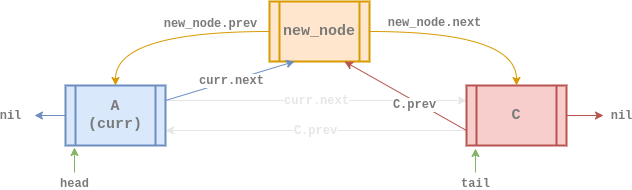
Before: assets/data-structure/linked-list/dll-insert_at3.png, a diagram exported from draw.io (euisblue/vue-blog). Source tidied: cells renumbered, new cells last; positions are measured from the earlier drawing's top-left corner, leaving out a move shared by most shapes.
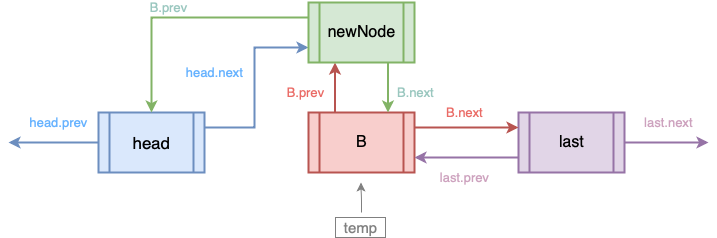
Later version of the same file.

Diff of the diagram source:
```diff
@@ -2,60 +2,66 @@
   <root>
     <mxCell id="0" />
     <mxCell id="1" parent="0" />
-    <mxCell id="2" value="&lt;font face=&quot;courier new&quot; color=&quot;#e6e6e6&quot;&gt;&lt;span style=&quot;font-size: 12px&quot;&gt;&lt;b&gt;curr.next&lt;/b&gt;&lt;/span&gt;&lt;/font&gt;" style="edgeStyle=orthogonalEdgeStyle;curved=1;rounded=0;jettySize=auto;html=1;exitX=1;exitY=0.25;exitDx=0;exitDy=0;entryX=0;entryY=0.25;entryDx=0;entryDy=0;fillColor=#dae8fc;strokeColor=#E6E6E6;" parent="1" edge="1" source="6" target="4">
-      <mxGeometry relative="1" as="geometry" />
+    <mxCell id="2" value="&lt;span style=&quot;font-size: 13px&quot;&gt;&lt;font color=&quot;#cda2be&quot;&gt;last.next&lt;/font&gt;&lt;/span&gt;" style="edgeStyle=orthogonalEdgeStyle;rounded=0;jettySize=auto;html=1;exitX=1;exitY=0.5;exitDx=0;exitDy=0;fillColor=#e1d5e7;strokeColor=#9673a6;labelBackgroundColor=none;strokeWidth=2;" parent="1" edge="1" source="3">
+      <mxGeometry x="0.05" y="20" relative="1" as="geometry">
+        <mxPoint x="1042" y="114" as="targetPoint" />
+      </mxGeometry>
     </mxCell>
-    <mxCell id="3" value="&lt;b style=&quot;font-size: 11px ; font-style: normal ; letter-spacing: normal ; text-align: center ; text-indent: 0px ; text-transform: none ; word-spacing: 0px ; font-family: &amp;#34;courier new&amp;#34;&quot;&gt;&lt;font style=&quot;font-size: 12px&quot; color=&quot;#e6e6e6&quot;&gt;C.prev&lt;/font&gt;&lt;/b&gt;" style="edgeStyle=orthogonalEdgeStyle;rounded=0;jettySize=auto;html=1;exitX=0;exitY=0.75;exitDx=0;exitDy=0;entryX=1;entryY=0.75;entryDx=0;entryDy=0;fillColor=#f8cecc;strokeColor=#E6E6E6;" parent="1" edge="1" source="4" target="6">
-      <mxGeometry relative="1" as="geometry" />
+    <mxCell id="3" value="&lt;font&gt;&lt;font size=&quot;3&quot;&gt;last&lt;/font&gt;&lt;br&gt;&lt;/font&gt;" style="shape=process;whiteSpace=wrap;html=1;backgroundOutline=1;strokeWidth=2;fillColor=#e1d5e7;strokeColor=#9673a6;fontStyle=0;fontFamily=Helvetica;fontSize=14;labelBackgroundColor=none;labelBorderColor=none;" parent="1" vertex="1">
+      <mxGeometry x="852" y="84" width="106" height="60" as="geometry" />
     </mxCell>
-    <mxCell id="4" value="&lt;div&gt;&lt;font color=&quot;#7a7a7a&quot; face=&quot;courier new&quot; style=&quot;font-size: 15px&quot;&gt;C&lt;/font&gt;&lt;/div&gt;" style="shape=process;whiteSpace=wrap;html=1;backgroundOutline=1;fillColor=#f8cecc;strokeColor=#b85450;gradientDirection=east;strokeWidth=2;shadow=0;glass=0;align=center;sketch=0;fontStyle=1;" parent="1" vertex="1">
-      <mxGeometry x="432" y="84" width="100" height="60" as="geometry" />
+    <mxCell id="4" value="&lt;font&gt;&lt;span style=&quot;font-size: 17px&quot;&gt;head&lt;/span&gt;&lt;br&gt;&lt;/font&gt;" style="shape=process;whiteSpace=wrap;html=1;backgroundOutline=1;strokeWidth=2;fillColor=#dae8fc;strokeColor=#6c8ebf;fontStyle=0;fontFamily=Helvetica;fontSize=14;labelBackgroundColor=none;labelBorderColor=none;" parent="1" vertex="1">
+      <mxGeometry x="432" y="84" width="106" height="60" as="geometry" />
     </mxCell>
-    <mxCell id="5" value="&lt;font color=&quot;#7a7a7a&quot; face=&quot;courier new&quot;&gt;&lt;span style=&quot;font-size: 12px&quot;&gt;&lt;b&gt;nil&lt;/b&gt;&lt;/span&gt;&lt;/font&gt;" style="rounded=0;jettySize=auto;html=1;exitX=0;exitY=0.5;exitDx=0;exitDy=0;fillColor=#dae8fc;strokeColor=#6c8ebf;" parent="1" edge="1" source="6">
-      <mxGeometry x="1" y="24" relative="1" as="geometry">
-        <mxPoint y="114" as="targetPoint" />
-        <mxPoint x="-24" y="-24" as="offset" />
-      </mxGeometry>
+    <mxCell id="5" value="&lt;font&gt;&lt;font size=&quot;3&quot;&gt;B&lt;/font&gt;&lt;br&gt;&lt;/font&gt;" style="shape=process;whiteSpace=wrap;html=1;backgroundOutline=1;strokeWidth=2;fillColor=#f8cecc;strokeColor=#b85450;fontStyle=0;fontFamily=Helvetica;fontSize=14;labelBackgroundColor=none;labelBorderColor=none;" parent="1" vertex="1">
+      <mxGeometry x="642" y="84" width="106" height="60" as="geometry" />
     </mxCell>
-    <mxCell id="6" value="&lt;div&gt;&lt;font color=&quot;#7a7a7a&quot; face=&quot;courier new&quot;&gt;&lt;span style=&quot;font-size: 15px&quot;&gt;A&lt;/span&gt;&lt;/font&gt;&lt;/div&gt;&lt;div&gt;&lt;font color=&quot;#7a7a7a&quot; face=&quot;courier new&quot;&gt;&lt;span style=&quot;font-size: 15px&quot;&gt;(curr)&lt;/span&gt;&lt;/font&gt;&lt;/div&gt;" style="shape=process;whiteSpace=wrap;html=1;backgroundOutline=1;fillColor=#dae8fc;strokeColor=#6c8ebf;gradientDirection=east;strokeWidth=2;shadow=0;glass=0;align=center;sketch=0;fontStyle=1;" parent="1" vertex="1">
-      <mxGeometry x="31" y="84" width="100" height="60" as="geometry" />
+    <mxCell id="6" value="&lt;span style=&quot;color: rgb(102 , 178 , 255) ; font-size: 13px&quot;&gt;head.next&lt;/span&gt;" style="edgeStyle=orthogonalEdgeStyle;rounded=0;jettySize=auto;html=1;entryX=0;entryY=0.75;entryDx=0;entryDy=0;labelBackgroundColor=none;strokeWidth=2;fontFamily=Helvetica;fontColor=#666666;align=center;fillColor=#dae8fc;strokeColor=#6c8ebf;" parent="1" edge="1" target="13">
+      <mxGeometry x="0.14" y="40" relative="1" as="geometry">
+        <mxPoint x="538" y="99" as="sourcePoint" />
+        <Array as="points">
+          <mxPoint x="588" y="99" />
+          <mxPoint x="588" y="19" />
+        </Array>
+      </mxGeometry>
     </mxCell>
-    <mxCell id="7" value="&lt;font color=&quot;#7a7a7a&quot; face=&quot;courier new&quot;&gt;&lt;span style=&quot;font-size: 12px&quot;&gt;&lt;b&gt;nil&lt;/b&gt;&lt;/span&gt;&lt;/font&gt;" style="rounded=0;jettySize=auto;html=1;exitX=1;exitY=0.5;exitDx=0;exitDy=0;fillColor=#f8cecc;strokeColor=#b85450;" parent="1" edge="1" source="4">
-      <mxGeometry x="1" y="18" relative="1" as="geometry">
-        <mxPoint x="569" y="114" as="targetPoint" />
-        <mxPoint x="18" y="18" as="offset" />
-      </mxGeometry>
+    <mxCell id="7" value="&lt;span style=&quot;color: rgb(234 , 107 , 102) ; font-size: 13px&quot;&gt;B.next&lt;/span&gt;" style="edgeStyle=orthogonalEdgeStyle;rounded=0;jettySize=auto;html=1;labelBackgroundColor=none;strokeWidth=2;fontFamily=Helvetica;fontColor=#666666;align=center;fillColor=#f8cecc;strokeColor=#b85450;exitX=1;exitY=0.25;exitDx=0;exitDy=0;entryX=0;entryY=0.25;entryDx=0;entryDy=0;" parent="1" edge="1" source="5" target="3">
+      <mxGeometry x="-0.04" y="15" relative="1" as="geometry" />
     </mxCell>
-    <mxCell id="8" value="&lt;font color=&quot;#7a7a7a&quot; face=&quot;courier new&quot;&gt;&lt;span style=&quot;font-size: 12px&quot;&gt;&lt;b&gt;head&lt;/b&gt;&lt;/span&gt;&lt;/font&gt;" style="rounded=0;jettySize=auto;html=1;fillColor=#d5e8d4;strokeColor=#82b366;entryX=0.09;entryY=1.033;entryDx=0;entryDy=0;entryPerimeter=0;" parent="1" edge="1" target="6">
-      <mxGeometry x="-1" y="-11" relative="1" as="geometry">
-        <mxPoint x="40" y="171" as="sourcePoint" />
-        <mxPoint x="-11" y="11" as="offset" />
+    <mxCell id="8" value="&lt;span style=&quot;color: rgb(234 , 107 , 102) ; font-size: 13px&quot;&gt;B.prev&lt;/span&gt;" style="edgeStyle=orthogonalEdgeStyle;rounded=0;jettySize=auto;html=1;labelBackgroundColor=none;strokeWidth=2;fontFamily=Helvetica;fontColor=#666666;align=center;fillColor=#f8cecc;strokeColor=#b85450;entryX=0.25;entryY=1;entryDx=0;entryDy=0;exitX=0.25;exitY=0;exitDx=0;exitDy=0;" parent="1" edge="1" source="5" target="13">
+      <mxGeometry x="-0.2" y="31" relative="1" as="geometry">
+        <mxPoint x="1" as="offset" />
       </mxGeometry>
     </mxCell>
-    <mxCell id="9" value="&lt;font color=&quot;#7a7a7a&quot; face=&quot;courier new&quot;&gt;&lt;span style=&quot;font-size: 12px&quot;&gt;&lt;b&gt;tail&lt;/b&gt;&lt;/span&gt;&lt;/font&gt;" style="rounded=0;jettySize=auto;html=1;fillColor=#d5e8d4;strokeColor=#82b366;entryX=0.09;entryY=1.05;entryDx=0;entryDy=0;entryPerimeter=0;" parent="1" edge="1" target="4">
-      <mxGeometry x="-1" y="-11" relative="1" as="geometry">
-        <mxPoint x="441" y="171" as="sourcePoint" />
-        <mxPoint x="-11" y="11" as="offset" />
-      </mxGeometry>
+    <mxCell id="9" value="&lt;span style=&quot;font-size: 13px&quot;&gt;&lt;font color=&quot;#cda2be&quot;&gt;last.prev&lt;/font&gt;&lt;/span&gt;" style="edgeStyle=orthogonalEdgeStyle;rounded=0;jettySize=auto;html=1;fillColor=#e1d5e7;strokeColor=#9673a6;labelBackgroundColor=none;strokeWidth=2;entryX=1;entryY=0.75;entryDx=0;entryDy=0;exitX=0;exitY=0.75;exitDx=0;exitDy=0;" parent="1" edge="1" source="3" target="5">
+      <mxGeometry x="0.05" y="20" relative="1" as="geometry" />
     </mxCell>
-    <mxCell id="10" value="&lt;b style=&quot;color: rgb(122 , 122 , 122) ; font-family: &amp;#34;courier new&amp;#34; ; font-size: 12px ; font-style: normal ; letter-spacing: normal ; text-align: center ; text-indent: 0px ; text-transform: none ; word-spacing: 0px ; background-color: rgb(255 , 255 , 255)&quot;&gt;new_node.next&lt;/b&gt;" style="edgeStyle=orthogonalEdgeStyle;rounded=0;jettySize=auto;html=1;exitX=1;exitY=0.5;exitDx=0;exitDy=0;entryX=0.5;entryY=0;entryDx=0;entryDy=0;strokeColor=#d79b00;curved=1;fillColor=#ffe6cc;" parent="1" edge="1" source="12" target="4">
-      <mxGeometry x="-0.35" y="9" relative="1" as="geometry">
+    <mxCell id="10" value="&lt;span style=&quot;color: rgb(102 , 178 , 255) ; font-size: 13px&quot;&gt;head.prev&lt;/span&gt;" style="edgeStyle=orthogonalEdgeStyle;rounded=0;jettySize=auto;html=1;exitX=0;exitY=0.5;exitDx=0;exitDy=0;labelBackgroundColor=none;strokeWidth=2;fontFamily=Helvetica;fontColor=#666666;align=center;fillColor=#dae8fc;strokeColor=#6c8ebf;" parent="1" edge="1" source="4">
+      <mxGeometry x="-0.11" y="-20" relative="1" as="geometry">
+        <mxPoint x="342" y="114" as="targetPoint" />
         <Array as="points">
-          <mxPoint x="482" y="30" />
+          <mxPoint x="382" y="114" />
+          <mxPoint x="382" y="114" />
         </Array>
       </mxGeometry>
     </mxCell>
-    <mxCell id="11" value="&lt;b style=&quot;color: rgb(122 , 122 , 122) ; font-family: &amp;#34;courier new&amp;#34; ; font-size: 12px ; font-style: normal ; letter-spacing: normal ; text-align: center ; text-indent: 0px ; text-transform: none ; word-spacing: 0px ; background-color: rgb(255 , 255 , 255)&quot;&gt;new_node.prev&lt;/b&gt;" style="edgeStyle=orthogonalEdgeStyle;curved=1;rounded=0;jettySize=auto;html=1;exitX=0;exitY=0.5;exitDx=0;exitDy=0;entryX=0.5;entryY=0;entryDx=0;entryDy=0;strokeColor=#d79b00;fillColor=#ffe6cc;" parent="1" edge="1" source="12" target="6">
-      <mxGeometry x="-0.43" y="-8" relative="1" as="geometry" />
+    <mxCell id="11" value="&lt;span style=&quot;font-size: 13px&quot;&gt;&lt;font color=&quot;#9ac7bf&quot;&gt;B.next&lt;/font&gt;&lt;/span&gt;" style="edgeStyle=orthogonalEdgeStyle;rounded=0;jettySize=auto;html=1;exitX=0.75;exitY=1;exitDx=0;exitDy=0;labelBackgroundColor=none;strokeWidth=2;fillColor=#d5e8d4;strokeColor=#82b366;entryX=0.75;entryY=0;entryDx=0;entryDy=0;" parent="1" edge="1" source="13" target="5">
+      <mxGeometry x="0.2" y="27" relative="1" as="geometry" />
     </mxCell>
-    <mxCell id="12" value="&lt;font color=&quot;#7a7a7a&quot; face=&quot;Courier New&quot;&gt;&lt;span style=&quot;font-size: 15px ; font-style: normal&quot;&gt;&lt;b&gt;new_node&lt;br&gt;&lt;/b&gt;&lt;/span&gt;&lt;/font&gt;" style="shape=process;whiteSpace=wrap;html=1;backgroundOutline=1;fillColor=#ffe6cc;strokeColor=#d79b00;gradientDirection=east;strokeWidth=2;shadow=0;glass=0;sketch=0;fontStyle=2;" parent="1" vertex="1">
-      <mxGeometry x="235" width="100" height="60" as="geometry" />
+    <mxCell id="12" value="&lt;span style=&quot;color: rgb(154 , 199 , 191) ; font-size: 13px&quot;&gt;B.prev&lt;/span&gt;" style="edgeStyle=orthogonalEdgeStyle;rounded=0;jettySize=auto;html=1;exitX=0;exitY=0.25;exitDx=0;exitDy=0;labelBackgroundColor=none;strokeWidth=2;fillColor=#d5e8d4;strokeColor=#82b366;entryX=0.5;entryY=0;entryDx=0;entryDy=0;" parent="1" edge="1" source="13" target="4">
+      <mxGeometry x="0.11" y="-10" relative="1" as="geometry" />
     </mxCell>
-    <mxCell id="13" value="&lt;font color=&quot;#7a7a7a&quot; face=&quot;courier new&quot;&gt;&lt;span style=&quot;font-size: 12px&quot;&gt;&lt;b&gt;curr.next&lt;/b&gt;&lt;/span&gt;&lt;/font&gt;" style="rounded=0;jettySize=auto;html=1;exitX=1;exitY=0.25;exitDx=0;exitDy=0;entryX=0.25;entryY=1;entryDx=0;entryDy=0;fillColor=#dae8fc;strokeColor=#6c8ebf;" parent="1" edge="1" source="6" target="12">
-      <mxGeometry x="0.03" relative="1" as="geometry" />
+    <mxCell id="13" value="&lt;font&gt;&lt;font size=&quot;3&quot;&gt;newNode&lt;/font&gt;&lt;br&gt;&lt;/font&gt;" style="shape=process;whiteSpace=wrap;html=1;backgroundOutline=1;strokeWidth=2;fillColor=#d5e8d4;strokeColor=#82b366;fontStyle=0;fontFamily=Helvetica;fontSize=14;labelBackgroundColor=none;labelBorderColor=none;" parent="1" vertex="1">
+      <mxGeometry x="642" y="-26" width="106" height="60" as="geometry" />
     </mxCell>
-    <mxCell id="14" value="&lt;b style=&quot;color: rgb(0 , 0 , 0) ; font-size: 11px ; font-style: normal ; letter-spacing: normal ; text-align: center ; text-indent: 0px ; text-transform: none ; word-spacing: 0px ; font-family: &amp;#34;courier new&amp;#34;&quot;&gt;&lt;font color=&quot;#7a7a7a&quot; style=&quot;font-size: 12px&quot;&gt;C.prev&lt;/font&gt;&lt;/b&gt;" style="rounded=0;jettySize=auto;html=1;exitX=0;exitY=0.75;exitDx=0;exitDy=0;entryX=0.75;entryY=1;entryDx=0;entryDy=0;fillColor=#f8cecc;strokeColor=#b85450;" parent="1" edge="1" source="4" target="12">
-      <mxGeometry x="-0.17" y="3" relative="1" as="geometry" />
+    <mxCell id="14" value="&lt;span style=&quot;font-family: &amp;#34;helvetica&amp;#34;&quot;&gt;&lt;font color=&quot;#808080&quot; style=&quot;font-size: 15px&quot;&gt;temp&lt;/font&gt;&lt;/span&gt;" style="text;html=1;align=center;verticalAlign=middle;strokeColor=#808080;labelBackgroundColor=none;" parent="1" vertex="1">
+      <mxGeometry x="669" y="189" width="50" height="20" as="geometry" />
     </mxCell>
+    <mxCell id="15" style="endArrow=classic;html=1;labelBackgroundColor=none;strokeWidth=1;strokeColor=#808080;edgeStyle=elbowEdgeStyle;elbow=vertical;" parent="1" edge="1">
+      <mxGeometry relative="1" as="geometry">
+        <mxPoint x="695" y="184" as="sourcePoint" />
+        <mxPoint x="694.5" y="154" as="targetPoint" />
+      </mxGeometry>
+    </mxCell>
   </root>
 </mxGraphModel>
```
